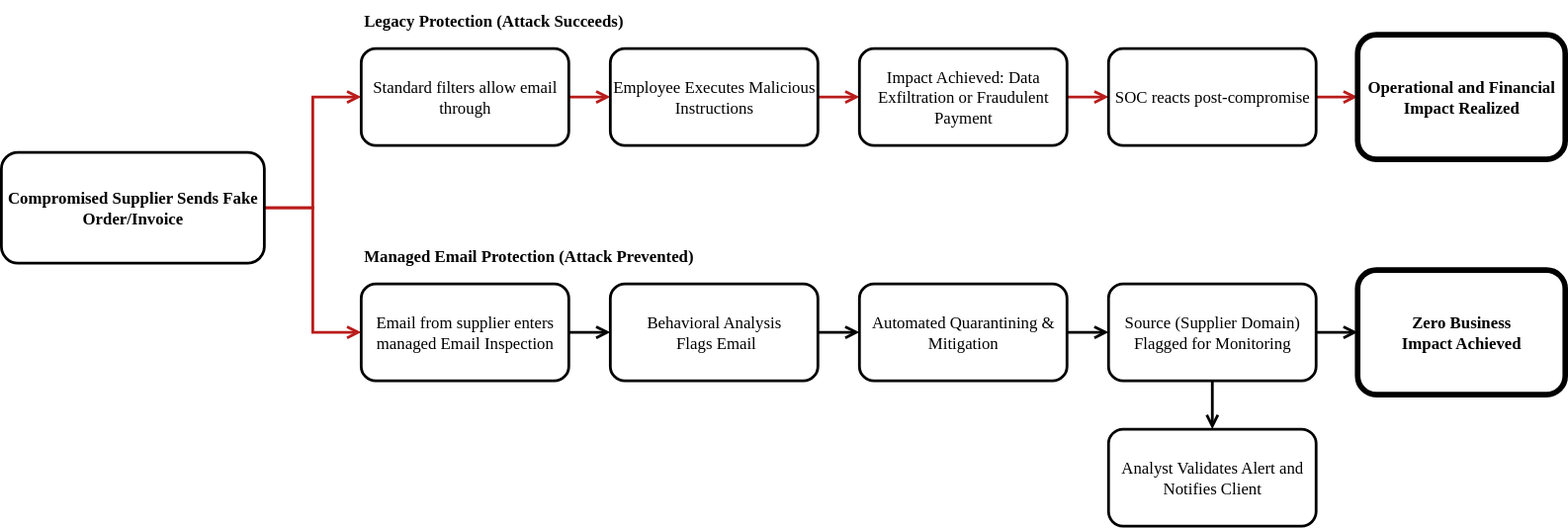
This is assets/graphs/graph-supplier-domain-inpersonation-dark.svg from khalavak/sublime-webpage, a draw.io export, as it was before one commit. Source tidied: cells renumbered, new cells last; positions are measured from the earlier drawing's top-left corner, leaving out a move shared by most shapes.
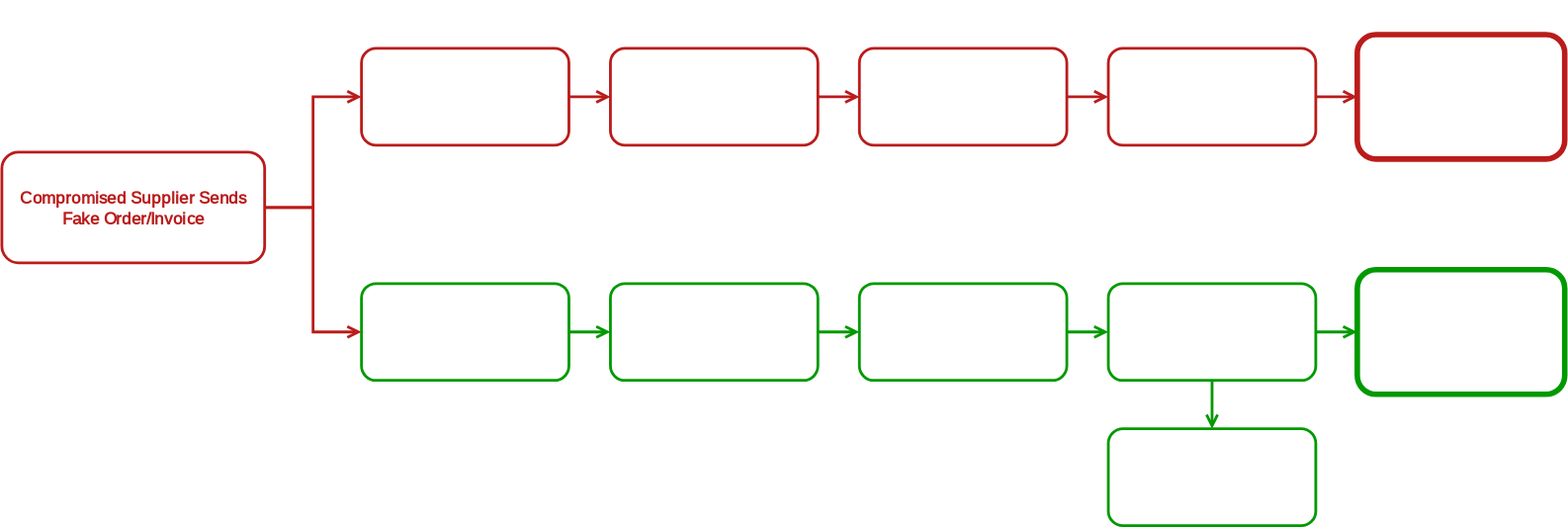
After the change.

Diff of the diagram source:
```diff
@@ -2,45 +2,45 @@
   <root>
     <mxCell id="0" />
     <mxCell id="1" parent="0" />
-    <mxCell id="2" style="edgeStyle=orthogonalEdgeStyle;rounded=0;jettySize=auto;html=1;entryX=0;entryY=0.5;entryDx=0;entryDy=0;strokeColor=light-dark(#B91C1B,#B91C1B);endArrow=open;endFill=0;strokeWidth=2;" parent="1" edge="1" source="4" target="8">
-      <mxGeometry relative="1" as="geometry" />
-    </mxCell>
-    <mxCell id="3" style="edgeStyle=orthogonalEdgeStyle;rounded=0;jettySize=auto;html=1;entryX=0;entryY=0.5;entryDx=0;entryDy=0;strokeColor=light-dark(#B91C1B,#B91C1B);endArrow=open;endFill=0;strokeWidth=2;" parent="1" edge="1" source="4" target="6">
-      <mxGeometry relative="1" as="geometry" />
-    </mxCell>
+    <mxCell id="27" style="edgeStyle=orthogonalEdgeStyle;rounded=0;jettySize=auto;html=1;entryX=0;entryY=0.5;entryDx=0;entryDy=0;strokeColor=light-dark(#B91C1B,#B91C1B);endArrow=open;endFill=0;strokeWidth=2;" parent="1" edge="1" source="4" target="32">
+      <mxGeometry relative="1" as="geometry" />
+    </mxCell>
+    <mxCell id="28" style="edgeStyle=orthogonalEdgeStyle;rounded=0;jettySize=auto;html=1;entryX=0;entryY=0.5;entryDx=0;entryDy=0;strokeColor=light-dark(#B91C1B,#B91C1B);endArrow=open;endFill=0;strokeWidth=2;" parent="1" edge="1" source="4" target="30">
+      <mxGeometry relative="1" as="geometry" />
+    </mxCell>
     <mxCell id="4" value="Compromised Supplier Sends Fake Order/Invoice" style="rounded=1;whiteSpace=wrap;html=1;strokeColor=light-dark(#000000,#B91C1B);fontColor=light-dark(#000000,#B91C1B);fillColor=none;strokeWidth=2;perimeterSpacing=0;fontFamily=Readex Pro;fontSource=https%3A%2F%2Ffonts.googleapis.com%2Fcss%3Ffamily%3DReadex%2BPro;fontStyle=1;" parent="1" vertex="1">
       <mxGeometry y="110" width="190" height="80" as="geometry" />
     </mxCell>
-    <mxCell id="5" style="edgeStyle=orthogonalEdgeStyle;rounded=0;jettySize=auto;html=1;entryX=0;entryY=0.5;entryDx=0;entryDy=0;strokeColor=light-dark(#000000,#009900);endArrow=open;endFill=0;strokeWidth=2;" parent="1" edge="1" source="6" target="17">
-      <mxGeometry relative="1" as="geometry" />
-    </mxCell>
-    <mxCell id="6" value="Email from supplier enters managed Email Inspection" style="rounded=1;whiteSpace=wrap;html=1;strokeColor=light-dark(#000000,#009900);fillColor=none;strokeWidth=2;fontFamily=Readex Pro;fontSource=https%3A%2F%2Ffonts.googleapis.com%2Fcss%3Ffamily%3DReadex%2BPro;" parent="1" vertex="1">
-      <mxGeometry x="260" y="205" width="150" height="70" as="geometry" />
-    </mxCell>
-    <mxCell id="7" style="edgeStyle=orthogonalEdgeStyle;rounded=0;jettySize=auto;html=1;entryX=0;entryY=0.5;entryDx=0;entryDy=0;strokeColor=light-dark(#B91C1B,#B91C1B);endArrow=open;endFill=0;strokeWidth=2;" parent="1" edge="1" source="8" target="10">
-      <mxGeometry relative="1" as="geometry" />
-    </mxCell>
-    <mxCell id="8" value="Standard filters allow email through" style="rounded=1;whiteSpace=wrap;html=1;strokeColor=light-dark(#000000,#B91C1B);fillColor=none;fontColor=light-dark(#000000,#FFFFFF);strokeWidth=2;fontFamily=Readex Pro;fontSource=https%3A%2F%2Ffonts.googleapis.com%2Fcss%3Ffamily%3DReadex%2BPro;" parent="1" vertex="1">
-      <mxGeometry x="260" y="35" width="150" height="70" as="geometry" />
-    </mxCell>
+    <mxCell id="29" style="edgeStyle=orthogonalEdgeStyle;rounded=0;jettySize=auto;html=1;entryX=0;entryY=0.5;entryDx=0;entryDy=0;strokeColor=light-dark(#000000,#009900);endArrow=open;endFill=0;strokeWidth=2;" parent="1" edge="1" source="30" target="17">
+      <mxGeometry relative="1" as="geometry" />
+    </mxCell>
+    <mxCell id="30" value="Email Analysed by Managed Email Service" style="rounded=1;whiteSpace=wrap;html=1;strokeColor=light-dark(#000000,#009900);fillColor=none;strokeWidth=2;fontFamily=Readex Pro;fontSource=https%3A%2F%2Ffonts.googleapis.com%2Fcss%3Ffamily%3DReadex%2BPro;" parent="1" vertex="1">
+      <mxGeometry x="260" y="205" width="150" height="70" as="geometry" />
+    </mxCell>
+    <mxCell id="31" style="edgeStyle=orthogonalEdgeStyle;rounded=0;jettySize=auto;html=1;entryX=0;entryY=0.5;entryDx=0;entryDy=0;strokeColor=light-dark(#B91C1B,#B91C1B);endArrow=open;endFill=0;strokeWidth=2;" parent="1" edge="1" source="32" target="10">
+      <mxGeometry relative="1" as="geometry" />
+    </mxCell>
+    <mxCell id="32" value="Legacy filters allow &lt;br&gt;email through" style="rounded=1;whiteSpace=wrap;html=1;strokeColor=light-dark(#000000,#B91C1B);fillColor=none;fontColor=light-dark(#000000,#FFFFFF);strokeWidth=2;fontFamily=Readex Pro;fontSource=https%3A%2F%2Ffonts.googleapis.com%2Fcss%3Ffamily%3DReadex%2BPro;" parent="1" vertex="1">
+      <mxGeometry x="260" y="35" width="150" height="70" as="geometry" />
+    </mxCell>
     <mxCell id="9" style="edgeStyle=orthogonalEdgeStyle;rounded=0;jettySize=auto;html=1;strokeColor=light-dark(#B91C1B,#B91C1B);endArrow=open;endFill=0;strokeWidth=2;" parent="1" edge="1" source="10" target="12">
       <mxGeometry relative="1" as="geometry" />
     </mxCell>
     <mxCell id="10" value="Employee Executes Malicious Instructions" style="rounded=1;whiteSpace=wrap;html=1;strokeColor=light-dark(#000000,#B91C1B);fillColor=none;fontColor=light-dark(#000000,#FFFFFF);strokeWidth=2;fontFamily=Readex Pro;fontSource=https%3A%2F%2Ffonts.googleapis.com%2Fcss%3Ffamily%3DReadex%2BPro;" parent="1" vertex="1">
       <mxGeometry x="440" y="35" width="150" height="70" as="geometry" />
     </mxCell>
-    <mxCell id="11" style="edgeStyle=orthogonalEdgeStyle;rounded=0;jettySize=auto;html=1;exitX=1;exitY=0.5;exitDx=0;exitDy=0;entryX=0;entryY=0.5;entryDx=0;entryDy=0;strokeColor=light-dark(#B91C1B,#B91C1B);endArrow=open;endFill=0;strokeWidth=2;" parent="1" edge="1" source="12" target="14">
-      <mxGeometry relative="1" as="geometry" />
-    </mxCell>
+    <mxCell id="33" style="edgeStyle=orthogonalEdgeStyle;rounded=0;jettySize=auto;html=1;exitX=1;exitY=0.5;exitDx=0;exitDy=0;entryX=0;entryY=0.5;entryDx=0;entryDy=0;strokeColor=light-dark(#B91C1B,#B91C1B);endArrow=open;endFill=0;strokeWidth=2;" parent="1" edge="1" source="12" target="35">
+      <mxGeometry relative="1" as="geometry" />
+    </mxCell>
     <mxCell id="12" value="Impact Achieved: Data Exfiltration or Fraudulent Payment" style="rounded=1;whiteSpace=wrap;html=1;strokeColor=light-dark(#000000,#B91C1B);fillColor=none;fontColor=light-dark(#000000,#FFFFFF);strokeWidth=2;fontFamily=Readex Pro;fontSource=https%3A%2F%2Ffonts.googleapis.com%2Fcss%3Ffamily%3DReadex%2BPro;" parent="1" vertex="1">
       <mxGeometry x="620" y="35" width="150" height="70" as="geometry" />
     </mxCell>
-    <mxCell id="13" style="edgeStyle=orthogonalEdgeStyle;rounded=0;jettySize=auto;html=1;entryX=0;entryY=0.5;entryDx=0;entryDy=0;strokeColor=light-dark(#B91C1B,#B91C1B);endArrow=open;endFill=0;strokeWidth=2;" parent="1" edge="1" source="14" target="15">
-      <mxGeometry relative="1" as="geometry" />
-    </mxCell>
-    <mxCell id="14" value="SOC reacts post-compromise" style="rounded=1;whiteSpace=wrap;html=1;strokeColor=light-dark(#000000,#B91C1B);fillColor=none;fontColor=light-dark(#000000,#FFFFFF);strokeWidth=2;fontFamily=Readex Pro;fontSource=https%3A%2F%2Ffonts.googleapis.com%2Fcss%3Ffamily%3DReadex%2BPro;" parent="1" vertex="1">
-      <mxGeometry x="800" y="35" width="150" height="70" as="geometry" />
-    </mxCell>
+    <mxCell id="34" style="edgeStyle=orthogonalEdgeStyle;rounded=0;jettySize=auto;html=1;entryX=0;entryY=0.5;entryDx=0;entryDy=0;strokeColor=light-dark(#B91C1B,#B91C1B);endArrow=open;endFill=0;strokeWidth=2;" parent="1" edge="1" source="35" target="15">
+      <mxGeometry relative="1" as="geometry" />
+    </mxCell>
+    <mxCell id="35" value="IT / SOC reacts post-compromise" style="rounded=1;whiteSpace=wrap;html=1;strokeColor=light-dark(#000000,#B91C1B);fillColor=none;fontColor=light-dark(#000000,#FFFFFF);strokeWidth=2;fontFamily=Readex Pro;fontSource=https%3A%2F%2Ffonts.googleapis.com%2Fcss%3Ffamily%3DReadex%2BPro;" parent="1" vertex="1">
+      <mxGeometry x="800" y="35" width="150" height="70" as="geometry" />
+    </mxCell>
     <mxCell id="15" value="&lt;b&gt;Operational and Financial Impact Realized&lt;/b&gt;" style="rounded=1;whiteSpace=wrap;html=1;strokeColor=light-dark(#000000,#B91C1B);fillColor=none;fontColor=light-dark(#000000,#FFFFFF);strokeWidth=4;fontFamily=Readex Pro;fontSource=https%3A%2F%2Ffonts.googleapis.com%2Fcss%3Ffamily%3DReadex%2BPro;" parent="1" vertex="1">
       <mxGeometry x="980" y="25" width="150" height="90" as="geometry" />
     </mxCell>
```
